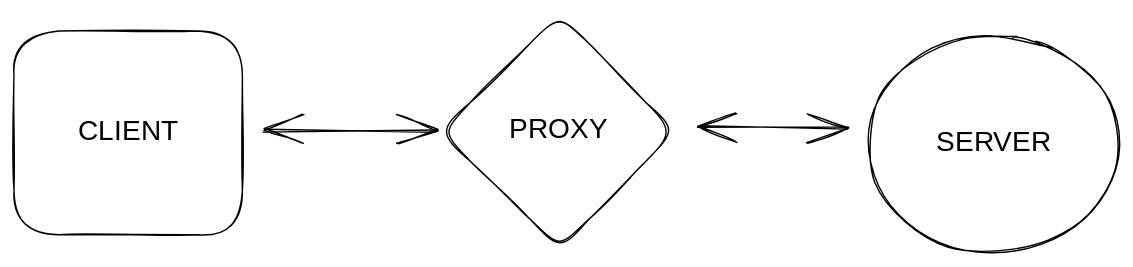
This is .gitbook/assets/file.excalidraw.svg from Junnyjun/junlog, a Excalidraw export, as it was before one commit. Source tidied: one line per element, renumbered; positions are measured from the earlier drawing's top-left corner, leaving out a move shared by most shapes.
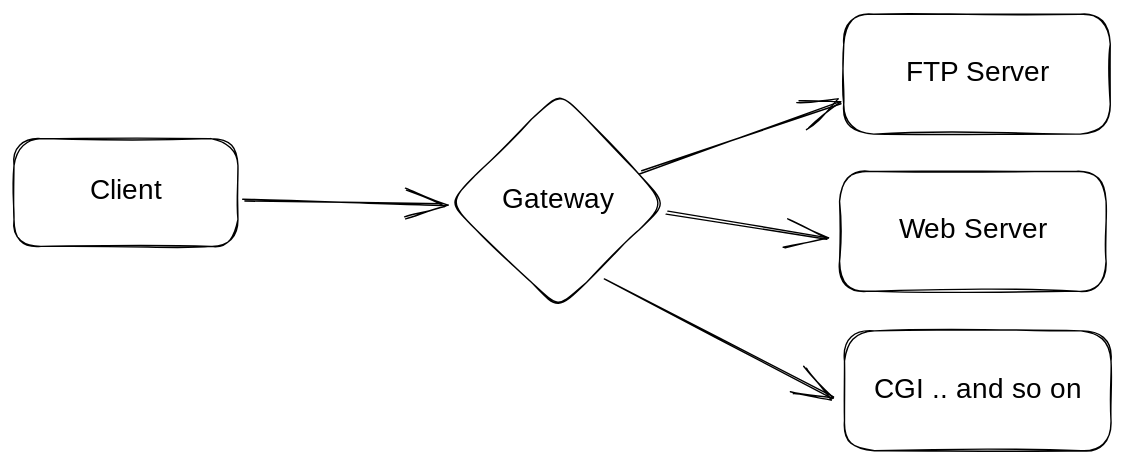
Above is the later version.

Change to the diagram source:
```diff
@@ -1,8 +1,14 @@
-{"id": 0, "type": "rectangle", "strokeColor": "#000000", "strokeWidth": 1, "roughness": 1, "round": true, "x": 0, "y": 12, "width": 163, "height": 146}
-{"id": 1, "type": "text", "text": "CLIENT", "strokeColor": "#000000", "strokeWidth": 1, "roughness": 1, "fontSize": 20, "fontFamily": 1, "textAlign": "center", "verticalAlign": "middle", "inside": 0, "x": 42, "y": 72, "width": 80, "height": 26}
-{"id": 2, "type": "ellipse", "strokeColor": "#000000", "strokeWidth": 1, "roughness": 1, "round": true, "x": 610, "y": 15, "width": 179, "height": 155}
-{"id": 3, "type": "text", "text": "SERVER", "strokeColor": "#000000", "strokeWidth": 1, "roughness": 1, "fontSize": 20, "fontFamily": 1, "textAlign": "center", "verticalAlign": "middle", "inside": 2, "x": 661, "y": 80, "width": 79, "height": 26}
-{"id": 4, "type": "diamond", "strokeColor": "#000000", "strokeWidth": 1, "roughness": 1, "round": true, "x": 305, "y": 0, "width": 168, "height": 167}
-{"id": 5, "type": "text", "text": "PROXY", "strokeColor": "#000000", "strokeWidth": 1, "roughness": 1, "fontSize": 20, "fontFamily": 1, "textAlign": "center", "verticalAlign": "middle", "inside": 4, "x": 356, "y": 71, "width": 66, "height": 26}
-{"id": 6, "type": "arrow", "strokeColor": "#000000", "strokeWidth": 1, "roughness": 1, "startArrowhead": "arrow", "endArrowhead": "arrow", "round": true, "from": 0, "to": 4, "x": 179, "y": 83, "width": 122, "height": 0, "points": [[0, 0], [122, 0]]}
-{"id": 7, "type": "arrow", "strokeColor": "#000000", "strokeWidth": 1, "roughness": 1, "startArrowhead": "arrow", "endArrowhead": "arrow", "round": true, "from": 4, "to": 2, "x": 490, "y": 81, "width": 106, "height": 0, "points": [[0, 0], [106, 0]]}
+{"id": 8, "type": "rectangle", "strokeColor": "#000000", "strokeWidth": 1, "roughness": 1, "round": true, "x": 12, "y": -28, "width": 160, "height": 77}
+{"id": 9, "type": "text", "text": "Client", "strokeColor": "#000000", "strokeWidth": 1, "roughness": 1, "fontSize": 20, "fontFamily": 1, "textAlign": "center", "verticalAlign": "middle", "inside": 8, "x": 64, "y": -2, "width": 56, "height": 26}
+{"id": 10, "type": "arrow", "strokeColor": "#000000", "strokeWidth": 1, "roughness": 1, "endArrowhead": "arrow", "round": true, "from": 8, "to": 11, "x": 177, "y": 17, "width": 142, "height": 2, "points": [[0, 0], [142, 2]]}
+{"id": 11, "type": "diamond", "strokeColor": "#000000", "strokeWidth": 1, "roughness": 1, "round": true, "x": 322, "y": -62, "width": 156, "height": 156}
+{"id": 12, "type": "text", "text": "Gateway", "strokeColor": "#000000", "strokeWidth": 1, "roughness": 1, "fontSize": 20, "fontFamily": 1, "textAlign": "center", "verticalAlign": "middle", "inside": 11, "x": 356, "y": 3, "width": 88, "height": 26}
+{"id": 13, "type": "arrow", "strokeColor": "#000000", "strokeWidth": 1, "roughness": 1, "endArrowhead": "arrow", "round": true, "from": 11, "to": 14, "x": 461, "y": -4, "width": 142, "height": 50, "points": [[0, 0], [142, -50]]}
+{"id": 14, "type": "rectangle", "strokeColor": "#000000", "strokeWidth": 1, "roughness": 1, "round": true, "x": 605, "y": -117, "width": 190, "height": 86}
+{"id": 15, "type": "text", "text": "FTP Server", "strokeColor": "#000000", "strokeWidth": 1, "roughness": 1, "fontSize": 20, "fontFamily": 1, "textAlign": "center", "verticalAlign": "middle", "inside": 14, "x": 643, "y": -87, "width": 114, "height": 26}
+{"id": 16, "type": "arrow", "strokeColor": "#000000", "strokeWidth": 1, "roughness": 1, "endArrowhead": "arrow", "round": true, "from": 11, "to": 17, "x": 479, "y": 25, "width": 115, "height": 19, "points": [[0, 0], [115, 19]]}
+{"id": 17, "type": "rectangle", "strokeColor": "#000000", "strokeWidth": 1, "roughness": 1, "round": true, "x": 602, "y": -5, "width": 190, "height": 86}
+{"id": 18, "type": "text", "text": "Web Server", "strokeColor": "#000000", "strokeWidth": 1, "roughness": 1, "fontSize": 20, "fontFamily": 1, "textAlign": "center", "verticalAlign": "middle", "inside": 17, "x": 642, "y": 25, "width": 110, "height": 26}
+{"id": 19, "type": "arrow", "strokeColor": "#000000", "strokeWidth": 1, "roughness": 1, "endArrowhead": "arrow", "round": true, "from": 11, "to": 20, "x": 434, "y": 72, "width": 163, "height": 86, "points": [[0, 0], [163, 86]]}
+{"id": 20, "type": "rectangle", "strokeColor": "#000000", "strokeWidth": 1, "roughness": 1, "round": true, "x": 605, "y": 109, "width": 190, "height": 86}
+{"id": 21, "type": "text", "text": "CGI .. and so on", "strokeColor": "#000000", "strokeWidth": 1, "roughness": 1, "fontSize": 20, "fontFamily": 1, "textAlign": "center", "verticalAlign": "middle", "inside": 20, "x": 616, "y": 139, "width": 169, "height": 26}
```
